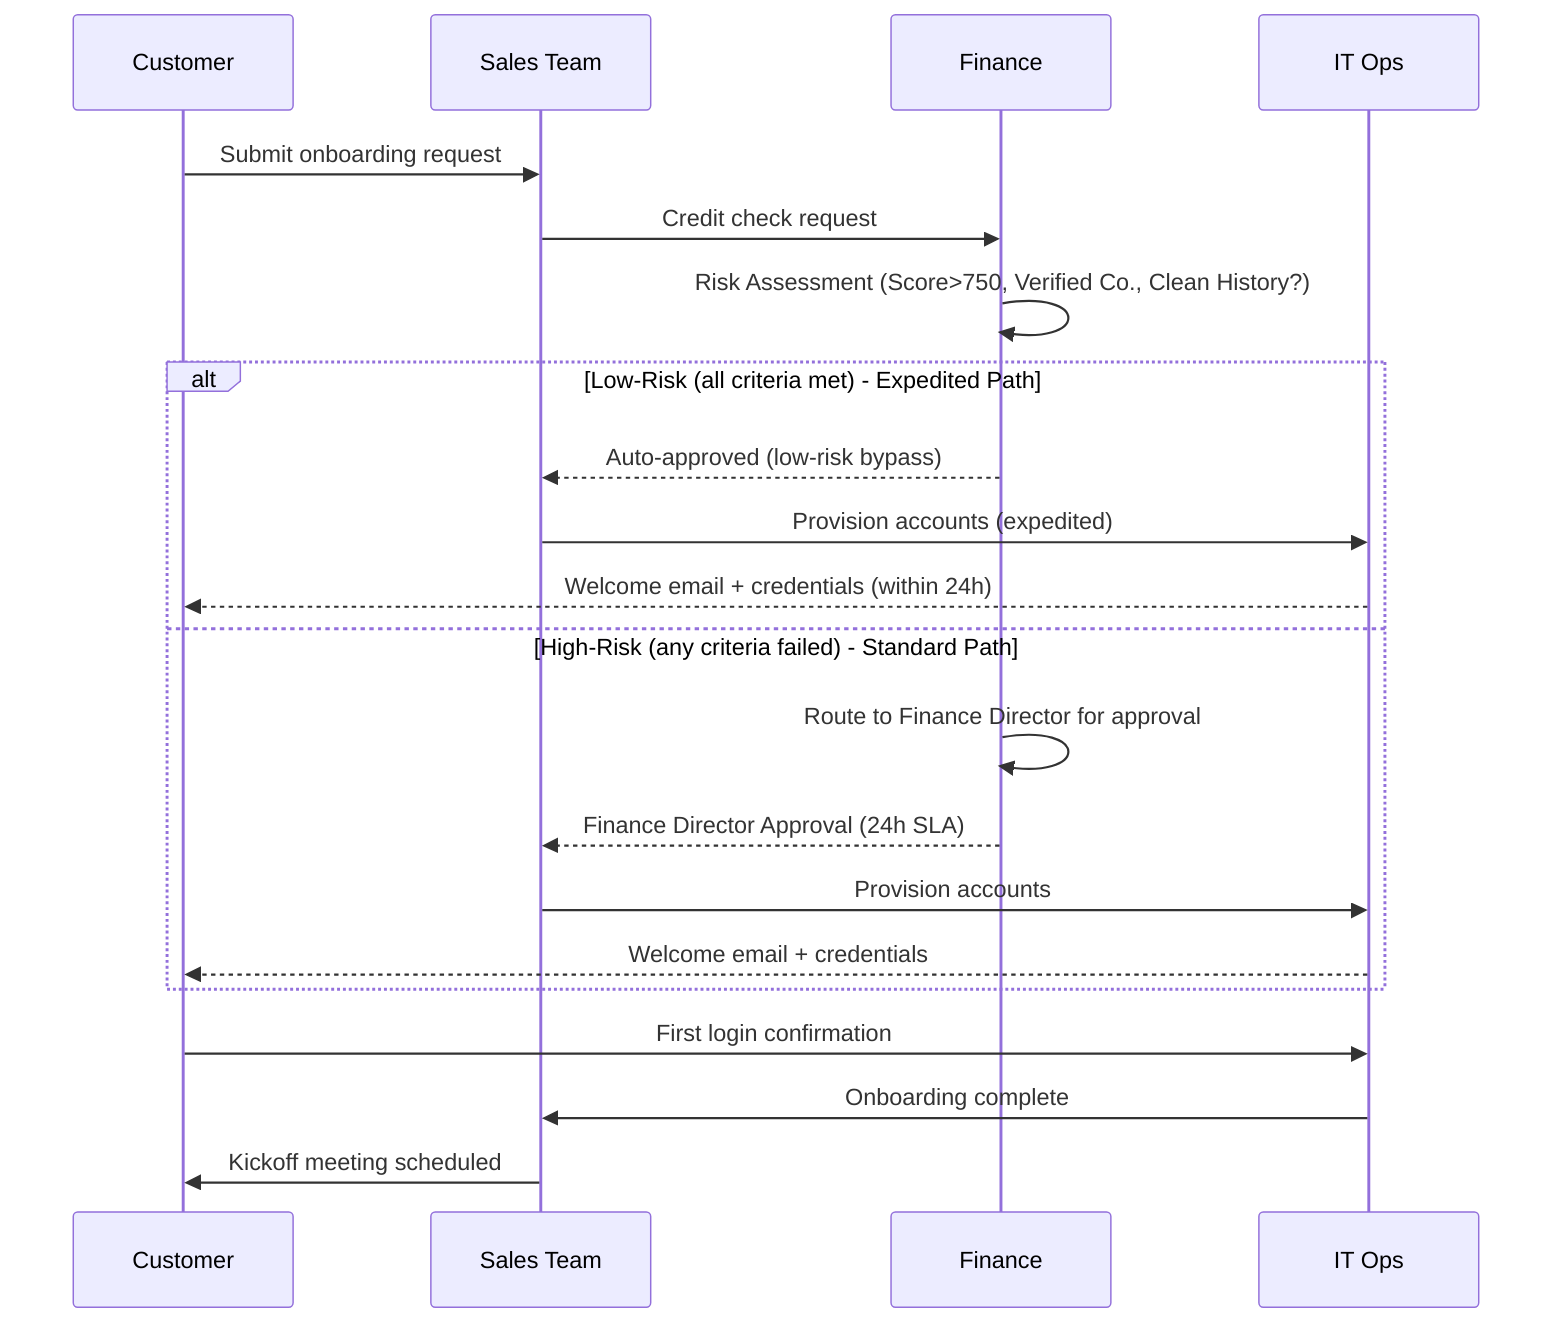
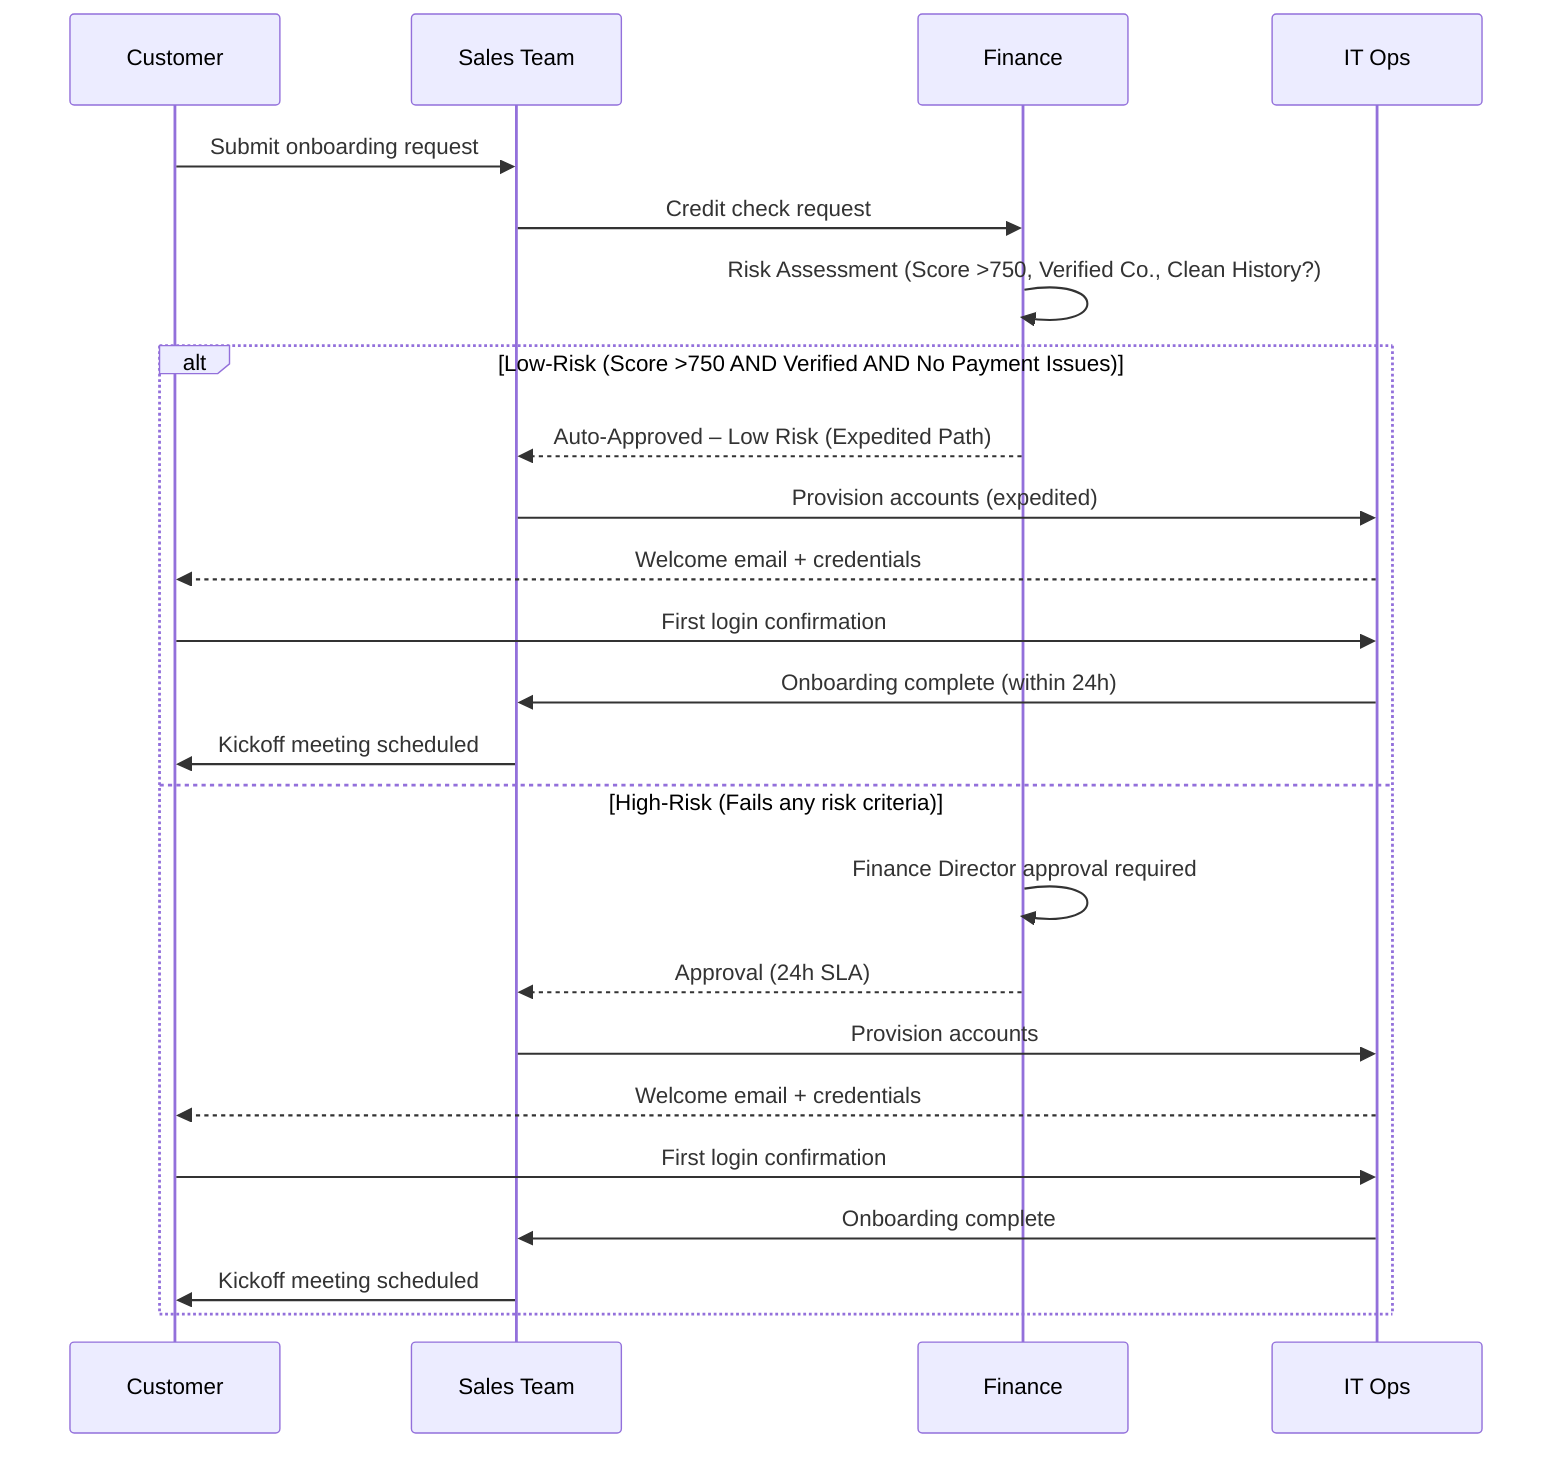
sequenceDiagram
    participant C as Customer
    participant S as Sales Team
    participant F as Finance
    participant IT as IT Ops

    C->>S: Submit onboarding request
    S->>F: Credit check request
-     %% ⚡ CHANGED SECTION - Risk assessment decision after credit check
-     F->>F: Risk Assessment (Score>750, Verified Co., Clean History?)
-     alt Low-Risk (all criteria met) - Expedited Path
-         F-->>S: Auto-approved (low-risk bypass)
+ 
+     %% ⚡ CHANGED SECTION - Risk assessment with expedited path for low-risk customers
+     F->>F: Risk Assessment (Score >750, Verified Co., Clean History?)
+ 
+     alt Low-Risk (Score >750 AND Verified AND No Payment Issues)
+         F-->>S: Auto-Approved – Low Risk (Expedited Path)
        S->>IT: Provision accounts (expedited)
-         IT-->>C: Welcome email + credentials (within 24h)
-     else High-Risk (any criteria failed) - Standard Path
-         F->>F: Route to Finance Director for approval
-         F-->>S: Finance Director Approval (24h SLA)
+         IT-->>C: Welcome email + credentials
+         C->>IT: First login confirmation
+         IT->>S: Onboarding complete (within 24h)
+         S->>C: Kickoff meeting scheduled
+     else High-Risk (Fails any risk criteria)
+         F->>F: Finance Director approval required
+         F-->>S: Approval (24h SLA)
        S->>IT: Provision accounts
        IT-->>C: Welcome email + credentials
+         C->>IT: First login confirmation
+         IT->>S: Onboarding complete
+         S->>C: Kickoff meeting scheduled
    end
    %% ⚡ END CHANGED SECTION
-     C->>IT: First login confirmation
-     IT->>S: Onboarding complete
-     S->>C: Kickoff meeting scheduled

%% EXPLANATION:
- %% Added a risk assessment step within Finance after the credit check request. Introduced an alt/else block: the low-risk path (score >750, verified company, clean payment history) auto-approves and proceeds directly to expedited account provisioning, while the high-risk path routes through the existing Finance Director approval workflow before provisioning. The post-provisioning steps (first login, onboarding complete, kickoff scheduling) remain shared across both paths.+ %% Added a risk assessment step within Finance after the credit check request. Introduced an alt/else block: low-risk customers (score >750, verified company, clean payment history) receive auto-approval and proceed directly to expedited account provisioning, while high-risk customers follow the existing path requiring Finance Director approval before provisioning. Both paths converge on the same downstream steps (welcome email, first login, onboarding complete, kickoff scheduling).